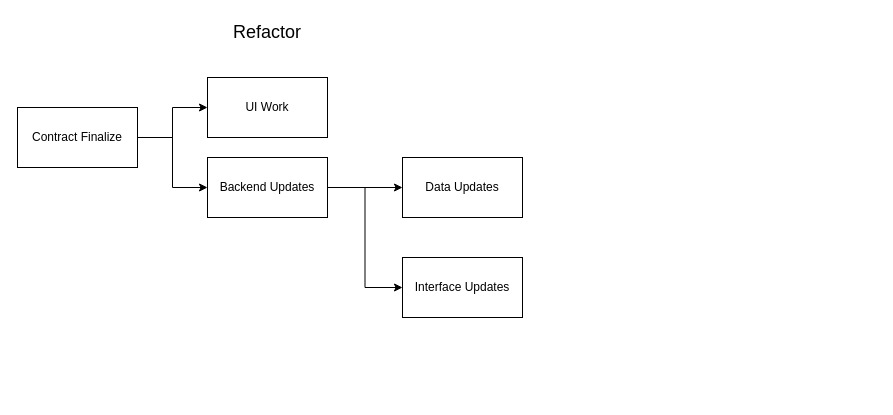
Earlier version of the draw.io diagram page "API Work" (2 of 2) of kroger.drawio (aayush-tuladhar-kr/drawio). Source tidied: cells renumbered, new cells numbered last; positions are measured from the earlier drawing's top-left corner, leaving out a move shared by most shapes. Both pictures are drawn from the tidied source at 100%, with x=0, y=0 at pixel (17, 17).
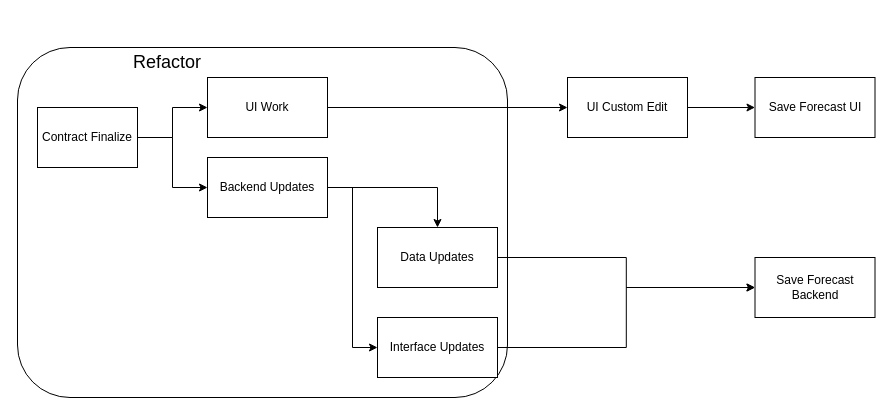
The same page after the edit.

The edit, as a diff of the source:
```diff
@@
 <mxGraphModel>
   <root>
     <mxCell id="0" />
     <mxCell id="1" parent="0" />
+    <mxCell id="12" style="rounded=1;whiteSpace=wrap;html=1;" parent="1" vertex="1">
+      <mxGeometry y="30" width="490" height="350" as="geometry" />
+    </mxCell>
+    <mxCell id="13" style="edgeStyle=orthogonalEdgeStyle;rounded=0;jettySize=auto;html=1;" parent="1" edge="1" source="2" target="17">
+      <mxGeometry relative="1" as="geometry" />
+    </mxCell>
     <mxCell id="2" value="UI Work" style="rounded=0;whiteSpace=wrap;html=1;" parent="1" vertex="1">
       <mxGeometry x="190" y="60" width="120" height="60" as="geometry" />
     </mxCell>
     <mxCell id="3" style="edgeStyle=orthogonalEdgeStyle;rounded=0;jettySize=auto;html=1;" parent="1" edge="1" source="5" target="9">
       <mxGeometry relative="1" as="geometry" />
     </mxCell>
     <mxCell id="4" style="edgeStyle=orthogonalEdgeStyle;rounded=0;jettySize=auto;html=1;entryX=0;entryY=0.5;entryDx=0;entryDy=0;" parent="1" edge="1" source="5" target="10">
       <mxGeometry relative="1" as="geometry" />
     </mxCell>
     <mxCell id="5" value="Backend Updates" style="rounded=0;whiteSpace=wrap;html=1;" parent="1" vertex="1">
       <mxGeometry x="190" y="140" width="120" height="60" as="geometry" />
     </mxCell>
     <mxCell id="6" style="edgeStyle=orthogonalEdgeStyle;rounded=0;jettySize=auto;html=1;" parent="1" edge="1" source="8" target="2">
       <mxGeometry relative="1" as="geometry" />
     </mxCell>
     <mxCell id="7" style="edgeStyle=orthogonalEdgeStyle;rounded=0;jettySize=auto;html=1;entryX=0;entryY=0.5;entryDx=0;entryDy=0;" parent="1" edge="1" source="8" target="5">
       <mxGeometry relative="1" as="geometry" />
     </mxCell>
     <mxCell id="8" value="Contract Finalize" style="rounded=0;whiteSpace=wrap;html=1;" parent="1" vertex="1">
-      <mxGeometry y="90" width="120" height="60" as="geometry" />
+      <mxGeometry x="20" y="90" width="100" height="60" as="geometry" />
     </mxCell>
+    <mxCell id="14" style="edgeStyle=orthogonalEdgeStyle;rounded=0;jettySize=auto;html=1;entryX=0;entryY=0.5;entryDx=0;entryDy=0;" parent="1" edge="1" source="9" target="19">
+      <mxGeometry relative="1" as="geometry" />
+    </mxCell>
     <mxCell id="9" value="Data Updates" style="rounded=0;whiteSpace=wrap;html=1;" parent="1" vertex="1">
-      <mxGeometry x="385" y="140" width="120" height="60" as="geometry" />
+      <mxGeometry x="360" y="210" width="120" height="60" as="geometry" />
     </mxCell>
+    <mxCell id="15" style="edgeStyle=orthogonalEdgeStyle;rounded=0;jettySize=auto;html=1;entryX=0;entryY=0.5;entryDx=0;entryDy=0;" parent="1" edge="1" source="10" target="19">
+      <mxGeometry relative="1" as="geometry" />
+    </mxCell>
     <mxCell id="10" value="Interface Updates" style="rounded=0;whiteSpace=wrap;html=1;" parent="1" vertex="1">
-      <mxGeometry x="385" y="240" width="120" height="60" as="geometry" />
+      <mxGeometry x="360" y="300" width="120" height="60" as="geometry" />
     </mxCell>
     <mxCell id="11" value="&lt;font style=&quot;font-size: 18px;&quot;&gt;Refactor&lt;/font&gt;" style="text;html=1;align=center;verticalAlign=middle;whiteSpace=wrap;rounded=0;" parent="1" vertex="1">
-      <mxGeometry x="220" width="60" height="30" as="geometry" />
+      <mxGeometry x="120" y="30" width="60" height="30" as="geometry" />
     </mxCell>
+    <mxCell id="16" style="edgeStyle=orthogonalEdgeStyle;rounded=0;jettySize=auto;html=1;" parent="1" edge="1" source="17" target="18">
+      <mxGeometry relative="1" as="geometry" />
+    </mxCell>
+    <mxCell id="17" value="UI Custom Edit" style="rounded=0;whiteSpace=wrap;html=1;" parent="1" vertex="1">
+      <mxGeometry x="550" y="60" width="120" height="60" as="geometry" />
+    </mxCell>
+    <mxCell id="18" value="Save Forecast UI" style="rounded=0;whiteSpace=wrap;html=1;" parent="1" vertex="1">
+      <mxGeometry x="737.5" y="60" width="120" height="60" as="geometry" />
+    </mxCell>
+    <mxCell id="19" value="Save Forecast&lt;div&gt;Backend&lt;/div&gt;" style="rounded=0;whiteSpace=wrap;html=1;" parent="1" vertex="1">
+      <mxGeometry x="737.5" y="240" width="120" height="60" as="geometry" />
+    </mxCell>
   </root>
 </mxGraphModel>
```
